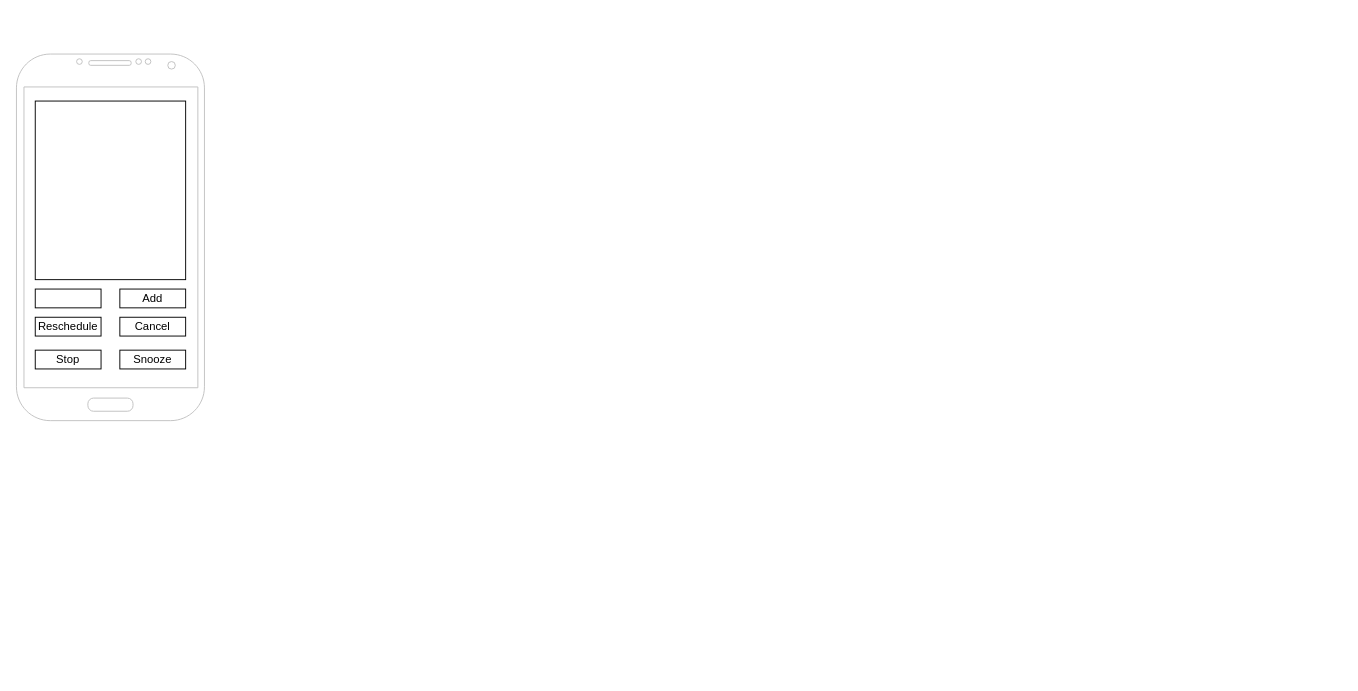
This is UI Design.drawio from TitaniumCoder477/GetMyAttention-App, a draw.io file, before an edit. Source tidied: cells renumbered, new cells numbered last; positions are measured from the earlier drawing's top-left corner, leaving out a move shared by most shapes. Both pictures are drawn from the tidied source at 94%, with x=0, y=0 at pixel (16, 54).
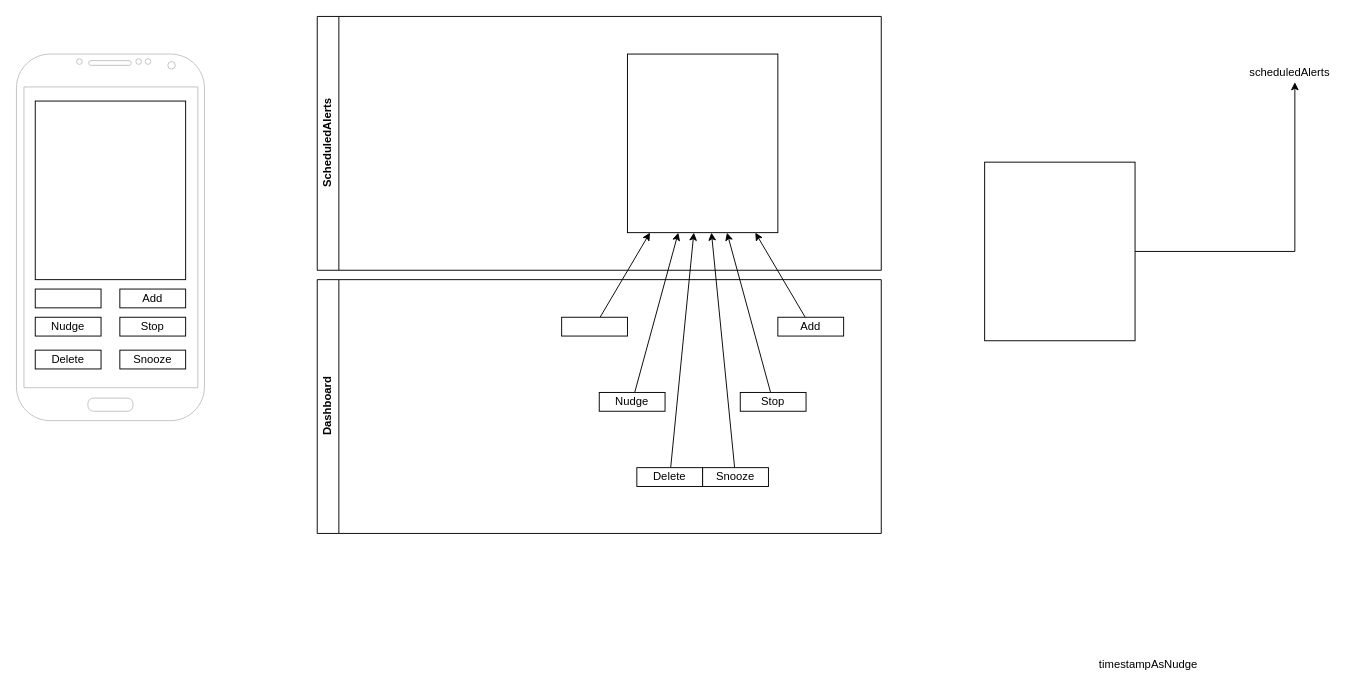
The same page after the edit.

Change to the diagram source:
```diff
@@
-    <mxCell id="4" value="Cancel" style="rounded=0;whiteSpace=wrap;html=1;" parent="1" vertex="1">
+    <mxCell id="4" value="Stop" style="rounded=0;whiteSpace=wrap;html=1;" parent="1" vertex="1">
       <mxGeometry x="110" y="280" width="70" height="20" as="geometry" />
     </mxCell>
@@
-    <mxCell id="7" value="Stop" style="rounded=0;whiteSpace=wrap;html=1;" parent="1" vertex="1">
+    <mxCell id="7" value="Delete" style="rounded=0;whiteSpace=wrap;html=1;" parent="1" vertex="1">
       <mxGeometry x="20" y="315" width="70" height="20" as="geometry" />
     </mxCell>
-    <mxCell id="8" value="Reschedule" style="rounded=0;whiteSpace=wrap;html=1;" parent="1" vertex="1">
+    <mxCell id="8" value="Nudge" style="rounded=0;whiteSpace=wrap;html=1;" parent="1" vertex="1">
       <mxGeometry x="20" y="280" width="70" height="20" as="geometry" />
     </mxCell>
@@
+    <mxCell id="10" value="ScheduledAlerts" style="swimlane;horizontal=0;whiteSpace=wrap;html=1;" parent="1" vertex="1">
+      <mxGeometry x="320" y="-40" width="600" height="270" as="geometry" />
+    </mxCell>
+    <mxCell id="11" style="rounded=0;whiteSpace=wrap;html=1;" parent="10" vertex="1">
+      <mxGeometry x="330" y="40" width="160" height="190" as="geometry" />
+    </mxCell>
+    <mxCell id="12" style="rounded=0;jettySize=auto;html=1;" parent="10" edge="1" source="13" target="11">
+      <mxGeometry relative="1" as="geometry" />
+    </mxCell>
+    <mxCell id="13" style="rounded=0;whiteSpace=wrap;html=1;" parent="10" vertex="1">
+      <mxGeometry x="260" y="320" width="70" height="20" as="geometry" />
+    </mxCell>
+    <mxCell id="14" style="rounded=0;jettySize=auto;html=1;" parent="10" edge="1" source="15" target="11">
+      <mxGeometry relative="1" as="geometry" />
+    </mxCell>
+    <mxCell id="15" value="Add" style="rounded=0;whiteSpace=wrap;html=1;" parent="10" vertex="1">
+      <mxGeometry x="490" y="320" width="70" height="20" as="geometry" />
+    </mxCell>
+    <mxCell id="16" style="rounded=0;jettySize=auto;html=1;" parent="10" edge="1" source="17" target="11">
+      <mxGeometry relative="1" as="geometry" />
+    </mxCell>
+    <mxCell id="17" value="Nudge" style="rounded=0;whiteSpace=wrap;html=1;" parent="10" vertex="1">
+      <mxGeometry x="300" y="400" width="70" height="20" as="geometry" />
+    </mxCell>
+    <mxCell id="18" style="rounded=0;jettySize=auto;html=1;" parent="10" edge="1" source="19" target="11">
+      <mxGeometry relative="1" as="geometry" />
+    </mxCell>
+    <mxCell id="19" value="Stop" style="rounded=0;whiteSpace=wrap;html=1;" parent="10" vertex="1">
+      <mxGeometry x="450" y="400" width="70" height="20" as="geometry" />
+    </mxCell>
+    <mxCell id="20" style="rounded=0;jettySize=auto;html=1;" parent="10" edge="1" source="21" target="11">
+      <mxGeometry relative="1" as="geometry" />
+    </mxCell>
+    <mxCell id="21" value="Delete" style="rounded=0;whiteSpace=wrap;html=1;" parent="10" vertex="1">
+      <mxGeometry x="340" y="480" width="70" height="20" as="geometry" />
+    </mxCell>
+    <mxCell id="22" style="rounded=0;jettySize=auto;html=1;" parent="10" edge="1" source="23" target="11">
+      <mxGeometry relative="1" as="geometry" />
+    </mxCell>
+    <mxCell id="23" value="Snooze" style="rounded=0;whiteSpace=wrap;html=1;" parent="10" vertex="1">
+      <mxGeometry x="410" y="480" width="70" height="20" as="geometry" />
+    </mxCell>
+    <mxCell id="24" value="Dashboard" style="swimlane;horizontal=0;whiteSpace=wrap;html=1;" parent="1" vertex="1">
+      <mxGeometry x="320" y="240" width="600" height="270" as="geometry" />
+    </mxCell>
+    <mxCell id="25" value="scheduledAlerts" style="text;whiteSpace=wrap;align=left;verticalAlign=middle;" parent="1" vertex="1">
+      <mxGeometry x="1310" y="10" width="100" height="20" as="geometry" />
+    </mxCell>
+    <mxCell id="26" value="timestampAsNudge" style="text;whiteSpace=wrap;align=left;verticalAlign=middle;" parent="1" vertex="1">
+      <mxGeometry x="1150" y="640" width="120" height="20" as="geometry" />
+    </mxCell>
+    <mxCell id="27" style="edgeStyle=orthogonalEdgeStyle;rounded=0;jettySize=auto;html=1;entryX=0.5;entryY=1;entryDx=0;entryDy=0;" parent="1" edge="1" source="28" target="25">
+      <mxGeometry relative="1" as="geometry" />
+    </mxCell>
+    <mxCell id="28" style="rounded=0;whiteSpace=wrap;html=1;" parent="1" vertex="1">
+      <mxGeometry x="1030" y="115" width="160" height="190" as="geometry" />
+    </mxCell>
```
